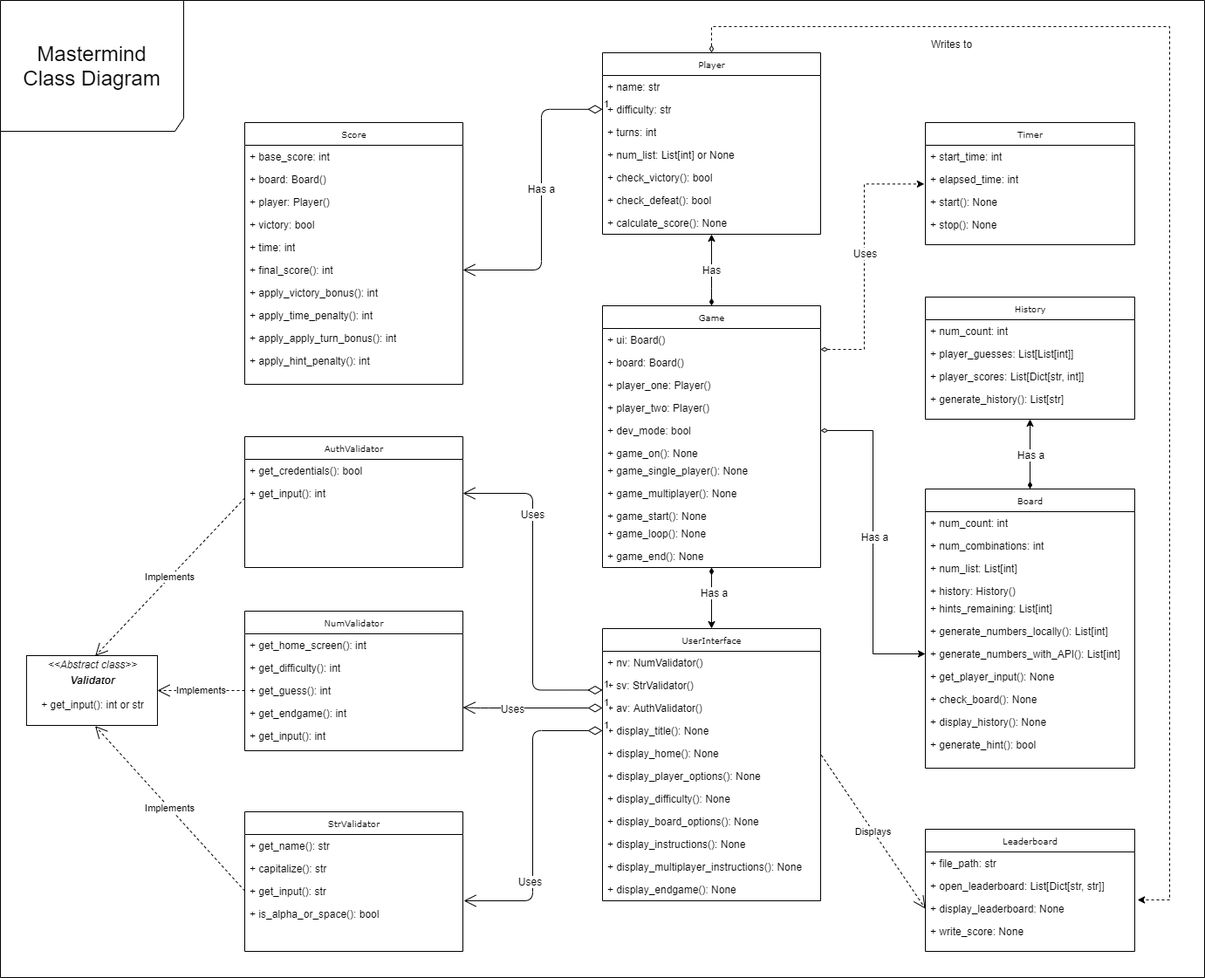
Above: data/img/mastermind_class.png in bircanuysal/mastermind (draw.io), before the change. Source tidied: cells renumbered, new cells last; positions are measured from the earlier drawing's top-left corner, leaving out a move shared by most shapes.
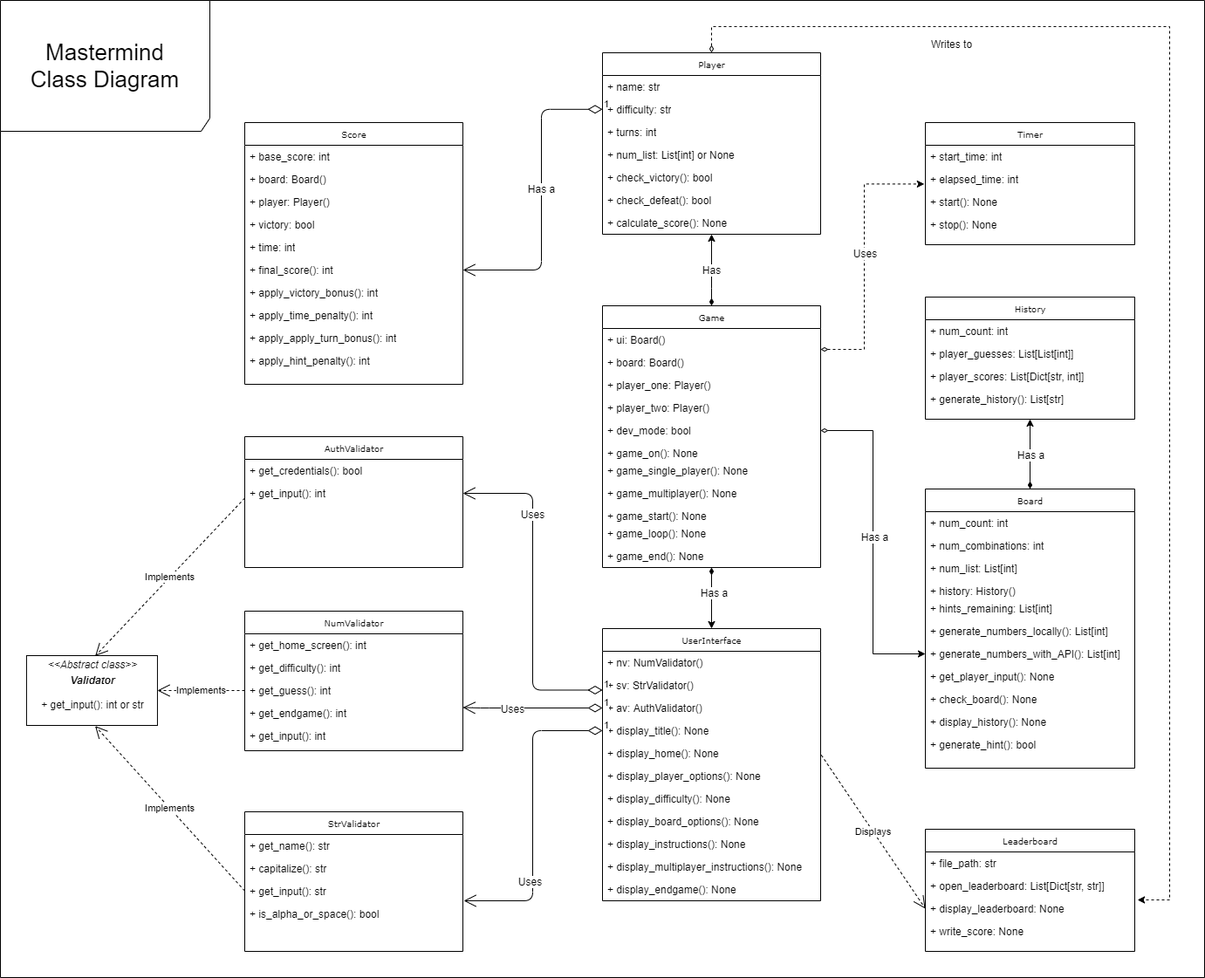
The same file after the commit.

What changed in the source:
```diff
@@ -2,7 +2,7 @@
   <root>
     <mxCell id="0" />
     <mxCell id="1" parent="0" />
-    <mxCell id="2" value="&lt;font style=&quot;font-size: 24px&quot;&gt;Mastermind&lt;br&gt;Class Diagram&lt;br&gt;&lt;/font&gt;" style="shape=umlFrame;whiteSpace=wrap;html=1;strokeColor=#000000;fillColor=none;width=210;height=150;" parent="1" vertex="1">
+    <mxCell id="2" value="&lt;font&gt;&lt;font style=&quot;font-size: 26px&quot;&gt;Mastermind&lt;/font&gt;&lt;br&gt;&lt;font style=&quot;font-size: 26px&quot;&gt;Class Diagram&lt;/font&gt;&lt;br&gt;&lt;/font&gt;" style="shape=umlFrame;whiteSpace=wrap;html=1;strokeColor=#000000;fillColor=none;width=240;height=150;" parent="1" vertex="1">
       <mxGeometry width="1380" height="1120" as="geometry" />
     </mxCell>
     <mxCell id="3" style="edgeStyle=orthogonalEdgeStyle;rounded=0;jettySize=auto;html=1;entryX=-0.005;entryY=0.709;entryDx=0;entryDy=0;entryPerimeter=0;dashed=1;startArrow=diamondThin;startFill=0;" parent="1" edge="1" source="8" target="80">
```
